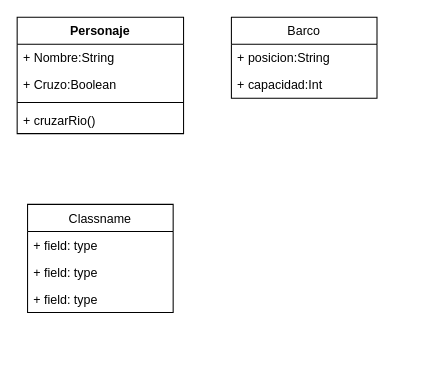
Above: TG01/design/diagramas.drawio in leoandy23/TG_MA (draw.io), before the change. Source tidied: cells renumbered, new cells numbered last; positions are measured from the earlier drawing's top-left corner, leaving out a move shared by most shapes. Both pictures are drawn from the tidied source at 104%, with x=0, y=0 at pixel (17, 17).
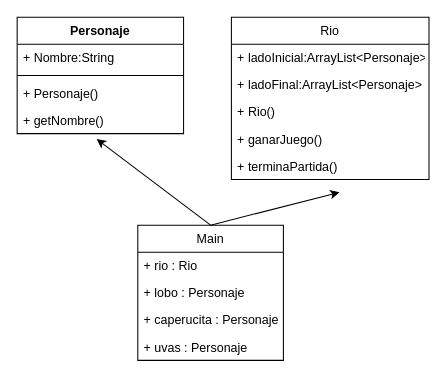
The same page after the edit.

Change to the diagram source:
```diff
@@
 <mxGraphModel>
   <root>
     <mxCell id="0" />
     <mxCell id="1" parent="0" />
     <mxCell id="2" value="Personaje" style="swimlane;fontStyle=1;align=center;verticalAlign=top;horizontal=1;startSize=26;" parent="1" vertex="1">
       <mxGeometry width="160" height="112" as="geometry" />
     </mxCell>
     <mxCell id="3" value="+ Nombre:String&#10;" style="text;strokeColor=none;fillColor=none;align=left;verticalAlign=top;spacingLeft=4;spacingRight=4;overflow=hidden;" parent="2" vertex="1">
       <mxGeometry y="26" width="160" height="26" as="geometry" />
     </mxCell>
-    <mxCell id="4" value="+ Cruzo:Boolean" style="text;strokeColor=none;fillColor=none;align=left;verticalAlign=top;spacingLeft=4;spacingRight=4;overflow=hidden;" parent="2" vertex="1">
-      <mxGeometry y="52" width="160" height="26" as="geometry" />
-    </mxCell>
     <mxCell id="5" style="line;strokeWidth=1;fillColor=none;align=left;verticalAlign=middle;spacingTop=-1;spacingLeft=3;spacingRight=3;labelPosition=right;strokeColor=inherit;" parent="2" vertex="1">
-      <mxGeometry y="78" width="160" height="8" as="geometry" />
+      <mxGeometry y="52" width="160" height="8" as="geometry" />
     </mxCell>
-    <mxCell id="6" value="+ cruzarRio()" style="text;strokeColor=none;fillColor=none;align=left;verticalAlign=top;spacingLeft=4;spacingRight=4;overflow=hidden;" parent="2" vertex="1">
-      <mxGeometry y="86" width="160" height="26" as="geometry" />
+    <mxCell id="6" value="+ Personaje()" style="text;strokeColor=none;fillColor=none;align=left;verticalAlign=top;spacingLeft=4;spacingRight=4;overflow=hidden;" parent="2" vertex="1">
+      <mxGeometry y="60" width="160" height="26" as="geometry" />
     </mxCell>
+    <mxCell id="14" value="+ getNombre()" style="text;strokeColor=none;fillColor=none;align=left;verticalAlign=top;spacingLeft=4;spacingRight=4;overflow=hidden;points=[[0,0.5],[1,0.5]];portConstraint=eastwest;" parent="2" vertex="1">
+      <mxGeometry y="86" width="160" height="26" as="geometry" />
+    </mxCell>
-    <mxCell id="7" value="Barco" style="swimlane;fontStyle=0;horizontal=1;startSize=26;fillColor=none;" parent="1" vertex="1">
-      <mxGeometry x="206" width="140" height="78" as="geometry" />
+    <mxCell id="7" value="Rio" style="swimlane;fontStyle=0;horizontal=1;startSize=26;fillColor=none;" parent="1" vertex="1">
+      <mxGeometry x="206" width="190" height="156" as="geometry" />
     </mxCell>
-    <mxCell id="8" value="+ posicion:String" style="text;strokeColor=none;fillColor=none;align=left;verticalAlign=top;spacingLeft=4;spacingRight=4;overflow=hidden;" parent="7" vertex="1">
-      <mxGeometry y="26" width="140" height="26" as="geometry" />
+    <mxCell id="8" value="+ ladoInicial:ArrayList&lt;Personaje&gt;" style="text;strokeColor=none;fillColor=none;align=left;verticalAlign=top;spacingLeft=4;spacingRight=4;overflow=hidden;" parent="7" vertex="1">
+      <mxGeometry y="26" width="190" height="26" as="geometry" />
     </mxCell>
-    <mxCell id="9" value="+ capacidad:Int" style="text;strokeColor=none;fillColor=none;align=left;verticalAlign=top;spacingLeft=4;spacingRight=4;overflow=hidden;" parent="7" vertex="1">
-      <mxGeometry y="52" width="140" height="26" as="geometry" />
+    <mxCell id="9" value="+ ladoFinal:ArrayList&lt;Personaje&gt;" style="text;strokeColor=none;fillColor=none;align=left;verticalAlign=top;spacingLeft=4;spacingRight=4;overflow=hidden;" parent="7" vertex="1">
+      <mxGeometry y="52" width="190" height="26" as="geometry" />
     </mxCell>
+    <mxCell id="15" value="+ Rio()" style="text;strokeColor=none;fillColor=none;align=left;verticalAlign=top;spacingLeft=4;spacingRight=4;overflow=hidden;" parent="7" vertex="1">
+      <mxGeometry y="78" width="190" height="26" as="geometry" />
+    </mxCell>
+    <mxCell id="16" value="+ ganarJuego()" style="text;strokeColor=none;fillColor=none;align=left;verticalAlign=top;spacingLeft=4;spacingRight=4;overflow=hidden;" parent="7" vertex="1">
+      <mxGeometry y="104" width="190" height="26" as="geometry" />
+    </mxCell>
+    <mxCell id="17" value="+ terminaPartida()" style="text;strokeColor=none;fillColor=none;align=left;verticalAlign=top;spacingLeft=4;spacingRight=4;overflow=hidden;points=[[0,0.5],[1,0.5]];portConstraint=eastwest;" parent="7" vertex="1">
+      <mxGeometry y="130" width="190" height="26" as="geometry" />
+    </mxCell>
-    <mxCell id="10" value="Classname" style="swimlane;fontStyle=0;horizontal=1;startSize=26;fillColor=none;" parent="1" vertex="1">
-      <mxGeometry x="10" y="180" width="140" height="104" as="geometry" />
+    <mxCell id="10" value="Main" style="swimlane;fontStyle=0;horizontal=1;startSize=26;fillColor=none;" parent="1" vertex="1">
+      <mxGeometry x="116" y="200" width="140" height="130" as="geometry" />
     </mxCell>
-    <mxCell id="11" value="+ field: type" style="text;strokeColor=none;fillColor=none;align=left;verticalAlign=top;spacingLeft=4;spacingRight=4;overflow=hidden;" parent="10" vertex="1">
+    <mxCell id="11" value="+ rio : Rio" style="text;strokeColor=none;fillColor=none;align=left;verticalAlign=top;spacingLeft=4;spacingRight=4;overflow=hidden;" parent="10" vertex="1">
       <mxGeometry y="26" width="140" height="26" as="geometry" />
     </mxCell>
-    <mxCell id="12" value="+ field: type" style="text;strokeColor=none;fillColor=none;align=left;verticalAlign=top;spacingLeft=4;spacingRight=4;overflow=hidden;" parent="10" vertex="1">
+    <mxCell id="12" value="+ lobo : Personaje" style="text;strokeColor=none;fillColor=none;align=left;verticalAlign=top;spacingLeft=4;spacingRight=4;overflow=hidden;" parent="10" vertex="1">
       <mxGeometry y="52" width="140" height="26" as="geometry" />
     </mxCell>
-    <mxCell id="13" value="+ field: type" style="text;strokeColor=none;fillColor=none;align=left;verticalAlign=top;spacingLeft=4;spacingRight=4;overflow=hidden;" parent="10" vertex="1">
+    <mxCell id="13" value="+ caperucita : Personaje" style="text;strokeColor=none;fillColor=none;align=left;verticalAlign=top;spacingLeft=4;spacingRight=4;overflow=hidden;" parent="10" vertex="1">
       <mxGeometry y="78" width="140" height="26" as="geometry" />
     </mxCell>
+    <mxCell id="18" value="+ uvas : Personaje" style="text;strokeColor=none;fillColor=none;align=left;verticalAlign=top;spacingLeft=4;spacingRight=4;overflow=hidden;" parent="10" vertex="1">
+      <mxGeometry y="104" width="140" height="26" as="geometry" />
+    </mxCell>
+    <mxCell id="19" style="endArrow=classic;html=1;entryX=0.547;entryY=1.477;entryDx=0;entryDy=0;entryPerimeter=0;exitX=0.5;exitY=0;exitDx=0;exitDy=0;" parent="1" edge="1" source="10" target="17">
+      <mxGeometry relative="1" as="geometry" />
+    </mxCell>
+    <mxCell id="20" style="endArrow=classic;html=1;entryX=0.478;entryY=1.2;entryDx=0;entryDy=0;entryPerimeter=0;exitX=0.5;exitY=0;exitDx=0;exitDy=0;" parent="1" edge="1" source="10" target="14">
+      <mxGeometry relative="1" as="geometry" />
+    </mxCell>
   </root>
 </mxGraphModel>
```
